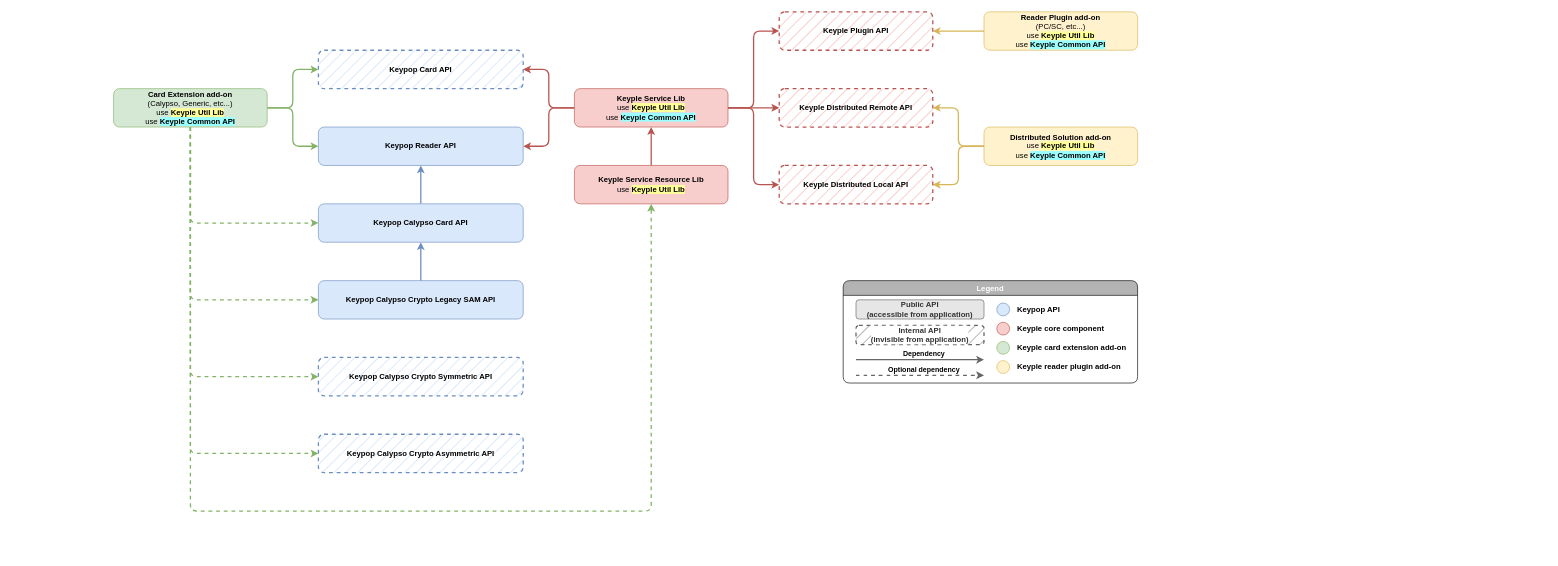
Earlier version of the draw.io diagram static/media/learn/developer-guide/component-dependencies/component_dependencies_overview.drawio (eclipse-keyple/keyple-website). Source tidied: cells renumbered, new cells numbered last; positions are measured from the earlier drawing's top-left corner, leaving out a move shared by most shapes. Both pictures are drawn from the tidied source at 64%, with x=0, y=0 at pixel (113, 12).
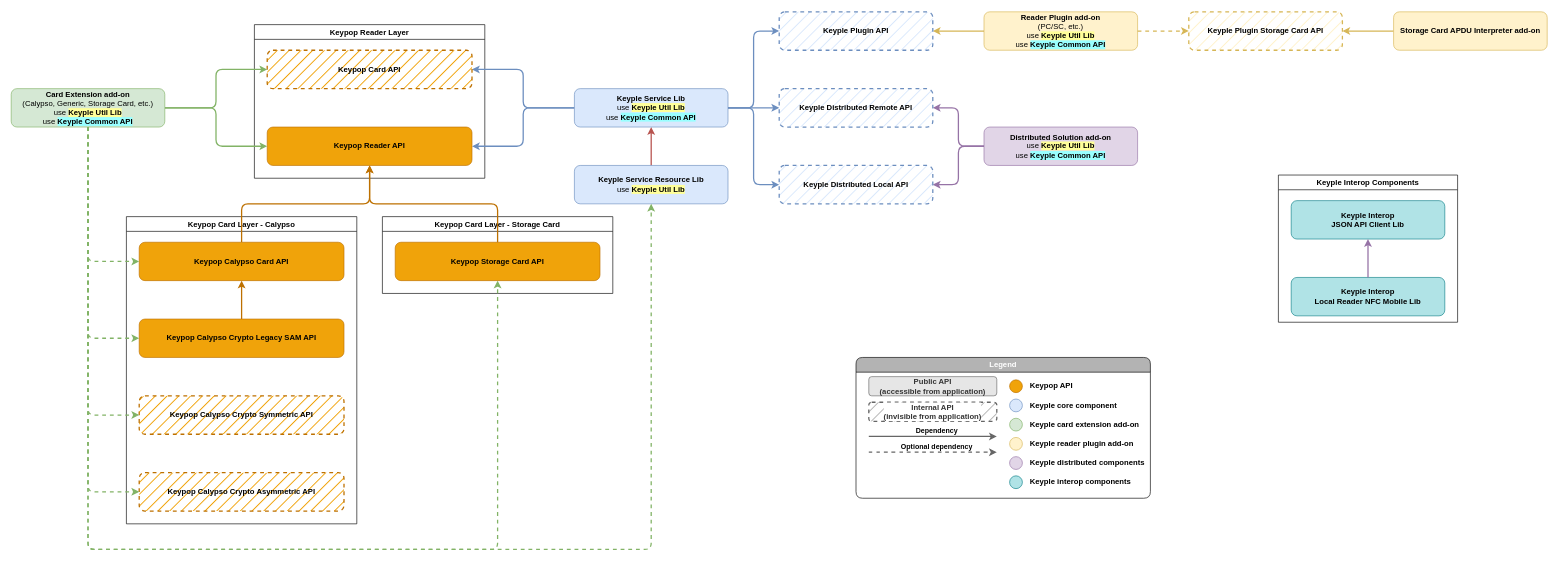
The same page after the edit.

Commit message (it also covers changes not shown here):
docs: update interop pages (#264)

The edit, as a diff of the source:
```diff
@@
+    <mxCell id="49" value="Keypop Reader Layer" style="swimlane;whiteSpace=wrap;html=1;" parent="1" vertex="1">
+      <mxGeometry x="220" y="20" width="360" height="240" as="geometry" />
+    </mxCell>
+    <mxCell id="50" value="Keypop Card Layer - Calypso" style="swimlane;whiteSpace=wrap;html=1;" parent="1" vertex="1">
+      <mxGeometry x="20" y="320" width="360" height="480" as="geometry" />
+    </mxCell>
-    <mxCell id="2" style="edgeStyle=orthogonalEdgeStyle;curved=1;jettySize=auto;html=1;exitX=0;exitY=0.5;exitDx=0;exitDy=0;entryX=1;entryY=0.5;entryDx=0;entryDy=0;strokeWidth=2;fillColor=#fff2cc;strokeColor=#d6b656;" parent="1" edge="1" source="3" target="15">
+    <mxCell id="2" style="edgeStyle=orthogonalEdgeStyle;jettySize=auto;html=1;exitX=0;exitY=0.5;exitDx=0;exitDy=0;entryX=1;entryY=0.5;entryDx=0;entryDy=0;strokeWidth=2;fillColor=#fff2cc;strokeColor=#d6b656;" parent="1" edge="1" source="3" target="15">
       <mxGeometry relative="1" as="geometry" />
     </mxCell>
-    <mxCell id="3" value="&lt;b&gt;Reader Plugin add-on&lt;/b&gt;&lt;br&gt;(PC/SC, etc...)&lt;br&gt;use&amp;nbsp;&lt;b style=&quot;border-color: var(--border-color); background-color: rgb(255, 255, 153);&quot;&gt;Keyple Util Lib&lt;/b&gt;&lt;br&gt;use &lt;b style=&quot;background-color: rgb(153, 255, 255);&quot;&gt;Keyple Common API&lt;/b&gt;" style="rounded=1;whiteSpace=wrap;html=1;fillColor=#fff2cc;strokeColor=#d6b656;fontStyle=0;" parent="1" vertex="1">
+    <mxCell id="3" value="&lt;b&gt;Reader Plugin add-on&lt;/b&gt;&lt;br&gt;(PC/SC, etc.)&lt;br&gt;use&amp;nbsp;&lt;b style=&quot;border-color: var(--border-color); background-color: rgb(255, 255, 153);&quot;&gt;Keyple Util Lib&lt;/b&gt;&lt;br&gt;use &lt;b style=&quot;background-color: rgb(153, 255, 255);&quot;&gt;Keyple Common API&lt;/b&gt;" style="rounded=1;whiteSpace=wrap;html=1;fillColor=#fff2cc;strokeColor=#d6b656;fontStyle=0;" parent="1" vertex="1">
       <mxGeometry x="1360" width="240" height="60" as="geometry" />
     </mxCell>
@@
-    <mxCell id="5" value="&lt;b&gt;Keyple Service Resource Lib&lt;/b&gt;&lt;br&gt;use&amp;nbsp;&lt;b style=&quot;border-color: var(--border-color); background-color: rgb(255, 255, 153);&quot;&gt;Keyple Util Lib&lt;/b&gt;" style="rounded=1;whiteSpace=wrap;html=1;fillColor=#f8cecc;strokeColor=#b85450;fontStyle=0;" parent="1" vertex="1">
+    <mxCell id="5" value="&lt;b&gt;Keyple Service Resource Lib&lt;/b&gt;&lt;br&gt;use&amp;nbsp;&lt;b style=&quot;border-color: var(--border-color); background-color: rgb(255, 255, 153);&quot;&gt;Keyple Util Lib&lt;/b&gt;" style="rounded=1;whiteSpace=wrap;html=1;fillColor=#dae8fc;strokeColor=#6c8ebf;fontStyle=0;" parent="1" vertex="1">
       <mxGeometry x="720" y="240" width="240" height="60" as="geometry" />
     </mxCell>
-    <mxCell id="6" style="edgeStyle=orthogonalEdgeStyle;jettySize=auto;html=1;exitX=1;exitY=0.5;exitDx=0;exitDy=0;entryX=0;entryY=0.5;entryDx=0;entryDy=0;strokeWidth=2;fillColor=#f8cecc;strokeColor=#b85450;rounded=1;" parent="1" edge="1" source="11" target="15">
+    <mxCell id="6" style="edgeStyle=orthogonalEdgeStyle;jettySize=auto;html=1;exitX=1;exitY=0.5;exitDx=0;exitDy=0;entryX=0;entryY=0.5;entryDx=0;entryDy=0;strokeWidth=2;fillColor=#dae8fc;strokeColor=#6c8ebf;rounded=1;" parent="1" edge="1" source="11" target="15">
       <mxGeometry relative="1" as="geometry" />
     </mxCell>
-    <mxCell id="7" style="edgeStyle=orthogonalEdgeStyle;curved=1;jettySize=auto;html=1;exitX=1;exitY=0.5;exitDx=0;exitDy=0;entryX=0;entryY=0.5;entryDx=0;entryDy=0;strokeWidth=2;fillColor=#f8cecc;strokeColor=#b85450;" parent="1" edge="1" source="11" target="16">
+    <mxCell id="7" style="edgeStyle=orthogonalEdgeStyle;curved=1;jettySize=auto;html=1;exitX=1;exitY=0.5;exitDx=0;exitDy=0;entryX=0;entryY=0.5;entryDx=0;entryDy=0;strokeWidth=2;fillColor=#dae8fc;strokeColor=#6c8ebf;" parent="1" edge="1" source="11" target="16">
       <mxGeometry relative="1" as="geometry" />
     </mxCell>
-    <mxCell id="8" style="edgeStyle=orthogonalEdgeStyle;jettySize=auto;html=1;exitX=1;exitY=0.5;exitDx=0;exitDy=0;entryX=0;entryY=0.5;entryDx=0;entryDy=0;strokeWidth=2;fillColor=#f8cecc;strokeColor=#b85450;rounded=1;" parent="1" edge="1" source="11" target="17">
+    <mxCell id="8" style="edgeStyle=orthogonalEdgeStyle;jettySize=auto;html=1;exitX=1;exitY=0.5;exitDx=0;exitDy=0;entryX=0;entryY=0.5;entryDx=0;entryDy=0;strokeWidth=2;fillColor=#dae8fc;strokeColor=#6c8ebf;rounded=1;" parent="1" edge="1" source="11" target="17">
       <mxGeometry relative="1" as="geometry" />
     </mxCell>
-    <mxCell id="9" style="edgeStyle=orthogonalEdgeStyle;jettySize=auto;html=1;exitX=0;exitY=0.5;exitDx=0;exitDy=0;entryX=1;entryY=0.5;entryDx=0;entryDy=0;strokeWidth=2;fillColor=#f8cecc;strokeColor=#b85450;rounded=1;" parent="1" edge="1" source="11" target="38">
+    <mxCell id="9" style="edgeStyle=orthogonalEdgeStyle;jettySize=auto;html=1;exitX=0;exitY=0.5;exitDx=0;exitDy=0;entryX=1;entryY=0.5;entryDx=0;entryDy=0;strokeWidth=2;fillColor=#dae8fc;strokeColor=#6c8ebf;rounded=1;" parent="1" edge="1" source="11" target="38">
       <mxGeometry relative="1" as="geometry" />
     </mxCell>
-    <mxCell id="10" style="edgeStyle=orthogonalEdgeStyle;jettySize=auto;html=1;exitX=0;exitY=0.5;exitDx=0;exitDy=0;entryX=1;entryY=0.5;entryDx=0;entryDy=0;strokeWidth=2;fillColor=#f8cecc;strokeColor=#b85450;rounded=1;" parent="1" edge="1" source="11" target="37">
+    <mxCell id="10" style="edgeStyle=orthogonalEdgeStyle;jettySize=auto;html=1;exitX=0;exitY=0.5;exitDx=0;exitDy=0;entryX=1;entryY=0.5;entryDx=0;entryDy=0;strokeWidth=2;fillColor=#dae8fc;strokeColor=#6c8ebf;rounded=1;" parent="1" edge="1" source="11" target="37">
       <mxGeometry relative="1" as="geometry" />
     </mxCell>
-    <mxCell id="11" value="&lt;b&gt;Keyple Service Lib&lt;/b&gt;&lt;br&gt;use&amp;nbsp;&lt;b style=&quot;border-color: var(--border-color); background-color: rgb(255, 255, 153);&quot;&gt;Keyple Util Lib&lt;/b&gt;&lt;br&gt;use &lt;b style=&quot;background-color: rgb(153, 255, 255);&quot;&gt;Keyple Common API&lt;/b&gt;" style="rounded=1;whiteSpace=wrap;html=1;fillColor=#f8cecc;strokeColor=#b85450;fontStyle=0;" parent="1" vertex="1">
+    <mxCell id="11" value="&lt;b&gt;Keyple Service Lib&lt;/b&gt;&lt;br&gt;use&amp;nbsp;&lt;b style=&quot;border-color: var(--border-color); background-color: rgb(255, 255, 153);&quot;&gt;Keyple Util Lib&lt;/b&gt;&lt;br&gt;use &lt;b style=&quot;background-color: rgb(153, 255, 255);&quot;&gt;Keyple Common API&lt;/b&gt;" style="rounded=1;whiteSpace=wrap;html=1;fillColor=#dae8fc;strokeColor=#6c8ebf;fontStyle=0;" parent="1" vertex="1">
       <mxGeometry x="720" y="120" width="240" height="60" as="geometry" />
     </mxCell>
-    <mxCell id="12" style="edgeStyle=orthogonalEdgeStyle;jettySize=auto;html=1;exitX=0;exitY=0.5;exitDx=0;exitDy=0;entryX=1;entryY=0.5;entryDx=0;entryDy=0;strokeWidth=2;fillColor=#fff2cc;strokeColor=#d6b656;rounded=1;" parent="1" edge="1" source="14" target="16">
+    <mxCell id="12" style="edgeStyle=orthogonalEdgeStyle;jettySize=auto;html=1;exitX=0;exitY=0.5;exitDx=0;exitDy=0;entryX=1;entryY=0.5;entryDx=0;entryDy=0;strokeWidth=2;fillColor=#e1d5e7;strokeColor=#9673a6;rounded=1;" parent="1" edge="1" source="14" target="16">
       <mxGeometry relative="1" as="geometry" />
     </mxCell>
-    <mxCell id="13" style="edgeStyle=orthogonalEdgeStyle;jettySize=auto;html=1;exitX=0;exitY=0.5;exitDx=0;exitDy=0;entryX=1;entryY=0.5;entryDx=0;entryDy=0;fillColor=#fff2cc;strokeColor=#d6b656;strokeWidth=2;rounded=1;" parent="1" edge="1" source="14" target="17">
+    <mxCell id="13" style="edgeStyle=orthogonalEdgeStyle;jettySize=auto;html=1;exitX=0;exitY=0.5;exitDx=0;exitDy=0;entryX=1;entryY=0.5;entryDx=0;entryDy=0;fillColor=#e1d5e7;strokeColor=#9673a6;strokeWidth=2;rounded=1;" parent="1" edge="1" source="14" target="17">
       <mxGeometry relative="1" as="geometry" />
     </mxCell>
-    <mxCell id="14" value="&lt;b&gt;Distributed Solution add-on&lt;/b&gt;&lt;br&gt;use&amp;nbsp;&lt;b style=&quot;border-color: var(--border-color); background-color: rgb(255, 255, 153);&quot;&gt;Keyple Util Lib&lt;/b&gt;&lt;br&gt;use &lt;b style=&quot;background-color: rgb(153, 255, 255);&quot;&gt;Keyple Common API&lt;/b&gt;" style="rounded=1;whiteSpace=wrap;html=1;fillColor=#fff2cc;strokeColor=#d6b656;fontStyle=0;" parent="1" vertex="1">
+    <mxCell id="14" value="&lt;b&gt;Distributed Solution add-on&lt;/b&gt;&lt;br&gt;use&amp;nbsp;&lt;b style=&quot;border-color: var(--border-color); background-color: rgb(255, 255, 153);&quot;&gt;Keyple Util Lib&lt;/b&gt;&lt;br&gt;use &lt;b style=&quot;background-color: rgb(153, 255, 255);&quot;&gt;Keyple Common API&lt;/b&gt;" style="rounded=1;whiteSpace=wrap;html=1;fillColor=#e1d5e7;strokeColor=#9673a6;fontStyle=0;" parent="1" vertex="1">
       <mxGeometry x="1360" y="180" width="240" height="60" as="geometry" />
     </mxCell>
-    <mxCell id="15" value="Keyple Plugin API" style="rounded=1;whiteSpace=wrap;html=1;fillColor=#f8cecc;strokeColor=#b85450;fontStyle=1;dashed=1;fillStyle=hatch;glass=0;shadow=0;perimeterSpacing=0;strokeWidth=2;" parent="1" vertex="1">
+    <mxCell id="15" value="Keyple Plugin API" style="rounded=1;whiteSpace=wrap;html=1;fillColor=#dae8fc;strokeColor=#6c8ebf;fontStyle=1;dashed=1;fillStyle=hatch;glass=0;shadow=0;perimeterSpacing=0;strokeWidth=2;" parent="1" vertex="1">
       <mxGeometry x="1040" width="240" height="60" as="geometry" />
     </mxCell>
-    <mxCell id="16" value="Keyple Distributed Remote API" style="rounded=1;whiteSpace=wrap;html=1;fillColor=#f8cecc;strokeColor=#b85450;fontStyle=1;dashed=1;strokeWidth=2;fillStyle=hatch;" parent="1" vertex="1">
+    <mxCell id="16" value="Keyple Distributed Remote API" style="rounded=1;whiteSpace=wrap;html=1;fillColor=#dae8fc;strokeColor=#6c8ebf;fontStyle=1;dashed=1;strokeWidth=2;fillStyle=hatch;" parent="1" vertex="1">
       <mxGeometry x="1040" y="120" width="240" height="60" as="geometry" />
     </mxCell>
-    <mxCell id="17" value="Keyple Distributed Local API" style="rounded=1;whiteSpace=wrap;html=1;fillColor=#f8cecc;strokeColor=#b85450;fontStyle=1;dashed=1;strokeWidth=2;fillStyle=hatch;" parent="1" vertex="1">
+    <mxCell id="17" value="Keyple Distributed Local API" style="rounded=1;whiteSpace=wrap;html=1;fillColor=#dae8fc;strokeColor=#6c8ebf;fontStyle=1;dashed=1;strokeWidth=2;fillStyle=hatch;" parent="1" vertex="1">
       <mxGeometry x="1040" y="240" width="240" height="60" as="geometry" />
     </mxCell>
     <mxCell id="18" value="Legend" style="swimlane;whiteSpace=wrap;html=1;shadow=0;glass=0;labelBackgroundColor=#B3B3B3;fillStyle=auto;strokeWidth=1;fillColor=#B3B3B3;gradientColor=none;rounded=1;swimlaneFillColor=none;swimlaneLine=1;fontColor=#FFFFFF;" parent="1" vertex="1">
-      <mxGeometry x="1140" y="420" width="460" height="160" as="geometry" />
+      <mxGeometry x="1160" y="540" width="460" height="220" as="geometry" />
     </mxCell>
@@
-    <mxCell id="23" style="ellipse;whiteSpace=wrap;html=1;fillColor=#dae8fc;strokeColor=#6c8ebf;strokeWidth=1;" parent="18" vertex="1">
+    <mxCell id="23" style="ellipse;whiteSpace=wrap;html=1;fillColor=#f0a30a;strokeColor=#BD7000;strokeWidth=1;fontColor=#000000;" parent="18" vertex="1">
       <mxGeometry x="240" y="35" width="20" height="20" as="geometry" />
     </mxCell>
@@
-    <mxCell id="25" style="ellipse;whiteSpace=wrap;html=1;fillColor=#f8cecc;strokeColor=#b85450;strokeWidth=1;" parent="18" vertex="1">
+    <mxCell id="25" style="ellipse;whiteSpace=wrap;html=1;fillColor=#dae8fc;strokeColor=#6c8ebf;strokeWidth=1;" parent="18" vertex="1">
       <mxGeometry x="240" y="65" width="20" height="20" as="geometry" />
     </mxCell>
@@
+    <mxCell id="51" style="ellipse;whiteSpace=wrap;html=1;fillColor=#e1d5e7;strokeColor=#9673a6;strokeWidth=1;" parent="18" vertex="1">
+      <mxGeometry x="240" y="155" width="20" height="20" as="geometry" />
+    </mxCell>
+    <mxCell id="52" value="Keyple distributed components" style="text;html=1;strokeColor=none;fillColor=none;align=left;verticalAlign=middle;whiteSpace=wrap;rounded=0;strokeWidth=1;fontStyle=1;" parent="18" vertex="1">
+      <mxGeometry x="270" y="150" width="190" height="30" as="geometry" />
+    </mxCell>
+    <mxCell id="53" style="ellipse;whiteSpace=wrap;html=1;fillColor=#b0e3e6;strokeColor=#0e8088;strokeWidth=1;" parent="18" vertex="1">
+      <mxGeometry x="240" y="185" width="20" height="20" as="geometry" />
+    </mxCell>
+    <mxCell id="54" value="Keyple interop components" style="text;html=1;strokeColor=none;fillColor=none;align=left;verticalAlign=middle;whiteSpace=wrap;rounded=0;strokeWidth=1;fontStyle=1;" parent="18" vertex="1">
+      <mxGeometry x="270" y="180" width="180" height="30" as="geometry" />
+    </mxCell>
-    <mxCell id="33" style="edgeStyle=orthogonalEdgeStyle;curved=1;jettySize=auto;html=1;exitX=0.5;exitY=0;exitDx=0;exitDy=0;entryX=0.5;entryY=1;entryDx=0;entryDy=0;strokeWidth=2;fillColor=#dae8fc;strokeColor=#6c8ebf;" parent="1" edge="1" source="34" target="36">
+    <mxCell id="33" style="edgeStyle=orthogonalEdgeStyle;curved=1;jettySize=auto;html=1;exitX=0.5;exitY=0;exitDx=0;exitDy=0;entryX=0.5;entryY=1;entryDx=0;entryDy=0;strokeWidth=2;fillColor=#f0a30a;strokeColor=#BD7000;" parent="1" edge="1" source="34" target="36">
       <mxGeometry relative="1" as="geometry" />
     </mxCell>
-    <mxCell id="34" value="Keypop Calypso Crypto Legacy SAM API" style="rounded=1;whiteSpace=wrap;html=1;fillColor=#dae8fc;strokeColor=#6c8ebf;fontStyle=1;" parent="1" vertex="1">
-      <mxGeometry x="320" y="420" width="320" height="60" as="geometry" />
+    <mxCell id="34" value="Keypop Calypso Crypto Legacy SAM API" style="rounded=1;whiteSpace=wrap;html=1;fillColor=#f0a30a;strokeColor=#BD7000;fontStyle=1;fontColor=#000000;" parent="1" vertex="1">
+      <mxGeometry x="40" y="480" width="320" height="60" as="geometry" />
     </mxCell>
-    <mxCell id="35" style="edgeStyle=orthogonalEdgeStyle;curved=1;jettySize=auto;html=1;exitX=0.5;exitY=0;exitDx=0;exitDy=0;entryX=0.5;entryY=1;entryDx=0;entryDy=0;strokeWidth=2;fillColor=#dae8fc;strokeColor=#6c8ebf;" parent="1" edge="1" source="36" target="37">
+    <mxCell id="35" style="edgeStyle=orthogonalEdgeStyle;jettySize=auto;html=1;exitX=0.5;exitY=0;exitDx=0;exitDy=0;entryX=0.5;entryY=1;entryDx=0;entryDy=0;strokeWidth=2;fillColor=#f0a30a;strokeColor=#BD7000;" parent="1" edge="1" source="36" target="37">
       <mxGeometry relative="1" as="geometry" />
     </mxCell>
-    <mxCell id="36" value="Keypop Calypso Card API" style="rounded=1;whiteSpace=wrap;html=1;fillColor=#dae8fc;strokeColor=#6c8ebf;fontStyle=1;" parent="1" vertex="1">
-      <mxGeometry x="320" y="300" width="320" height="60" as="geometry" />
+    <mxCell id="36" value="Keypop Calypso Card API" style="rounded=1;whiteSpace=wrap;html=1;fillColor=#f0a30a;strokeColor=#BD7000;fontStyle=1;fontColor=#000000;" parent="1" vertex="1">
+      <mxGeometry x="40" y="360" width="320" height="60" as="geometry" />
     </mxCell>
-    <mxCell id="37" value="Keypop Reader API" style="rounded=1;whiteSpace=wrap;html=1;fillColor=#dae8fc;strokeColor=#6c8ebf;fontStyle=1;" parent="1" vertex="1">
-      <mxGeometry x="320" y="180" width="320" height="60" as="geometry" />
+    <mxCell id="37" value="Keypop Reader API" style="rounded=1;whiteSpace=wrap;html=1;fillColor=#f0a30a;strokeColor=#BD7000;fontStyle=1;fontColor=#000000;" parent="1" vertex="1">
+      <mxGeometry x="240" y="180" width="320" height="60" as="geometry" />
     </mxCell>
-    <mxCell id="38" value="Keypop Card API" style="rounded=1;whiteSpace=wrap;html=1;fillColor=#dae8fc;strokeColor=#6c8ebf;fontStyle=1;dashed=1;fillStyle=hatch;gradientColor=none;strokeWidth=2;" parent="1" vertex="1">
-      <mxGeometry x="320" y="60" width="320" height="60" as="geometry" />
+    <mxCell id="38" value="Keypop Card API" style="rounded=1;whiteSpace=wrap;html=1;fillColor=#f0a30a;strokeColor=#BD7000;fontStyle=1;dashed=1;fillStyle=hatch;strokeWidth=2;fontColor=#000000;" parent="1" vertex="1">
+      <mxGeometry x="240" y="60" width="320" height="60" as="geometry" />
     </mxCell>
@@
     <mxCell id="43" style="edgeStyle=orthogonalEdgeStyle;jettySize=auto;html=1;exitX=0.5;exitY=1;exitDx=0;exitDy=0;entryX=0.5;entryY=1;entryDx=0;entryDy=0;dashed=1;strokeWidth=2;fillColor=#d5e8d4;strokeColor=#82b366;rounded=1;" parent="1" edge="1" source="44" target="5">
       <mxGeometry relative="1" as="geometry">
         <Array as="points">
-          <mxPoint x="120" y="780" />
-          <mxPoint x="840" y="780" />
+          <mxPoint x="-40" y="840" />
+          <mxPoint x="840" y="840" />
         </Array>
       </mxGeometry>
     </mxCell>
-    <mxCell id="44" value="&lt;b&gt;Card Extension add-on&lt;/b&gt;&lt;br&gt;(Calypso, Generic, etc...)&lt;br&gt;use &lt;b style=&quot;background-color: rgb(255, 255, 153);&quot;&gt;Keyple Util Lib&lt;/b&gt;&lt;br&gt;use &lt;span style=&quot;background-color: rgb(153, 255, 255);&quot;&gt;&lt;b&gt;Keyple Common API&lt;/b&gt;&lt;/span&gt;" style="rounded=1;whiteSpace=wrap;html=1;fillColor=#d5e8d4;strokeColor=#82b366;fontStyle=0;" parent="1" vertex="1">
-      <mxGeometry y="120" width="240" height="60" as="geometry" />
+    <mxCell id="44" value="&lt;b&gt;Card Extension add-on&lt;/b&gt;&lt;br&gt;(Calypso, Generic, Storage Card, etc.)&lt;br&gt;use &lt;b style=&quot;background-color: rgb(255, 255, 153);&quot;&gt;Keyple Util Lib&lt;/b&gt;&lt;br&gt;use &lt;span style=&quot;background-color: rgb(153, 255, 255);&quot;&gt;&lt;b&gt;Keyple Common API&lt;/b&gt;&lt;/span&gt;" style="rounded=1;whiteSpace=wrap;html=1;fillColor=#d5e8d4;strokeColor=#82b366;fontStyle=0;" parent="1" vertex="1">
+      <mxGeometry x="-160" y="120" width="240" height="60" as="geometry" />
     </mxCell>
-    <mxCell id="45" value="Keypop Calypso Crypto Symmetric API" style="rounded=1;whiteSpace=wrap;html=1;fillColor=#dae8fc;strokeColor=#6c8ebf;fontStyle=1;dashed=1;fillStyle=hatch;gradientColor=none;strokeWidth=2;" parent="1" vertex="1">
-      <mxGeometry x="320" y="540" width="320" height="60" as="geometry" />
+    <mxCell id="45" value="Keypop Calypso Crypto Symmetric API" style="rounded=1;whiteSpace=wrap;html=1;fillColor=#f0a30a;strokeColor=#BD7000;fontStyle=1;dashed=1;fillStyle=hatch;strokeWidth=2;fontColor=#000000;" parent="1" vertex="1">
+      <mxGeometry x="40" y="600" width="320" height="60" as="geometry" />
     </mxCell>
-    <mxCell id="46" value="Keypop Calypso Crypto Asymmetric API" style="rounded=1;whiteSpace=wrap;html=1;fillColor=#dae8fc;strokeColor=#6c8ebf;fontStyle=1;dashed=1;fillStyle=hatch;gradientColor=none;strokeWidth=2;" parent="1" vertex="1">
-      <mxGeometry x="320" y="660" width="320" height="60" as="geometry" />
+    <mxCell id="46" value="Keypop Calypso Crypto Asymmetric API" style="rounded=1;whiteSpace=wrap;html=1;fillColor=#f0a30a;strokeColor=#BD7000;fontStyle=1;dashed=1;fillStyle=hatch;strokeWidth=2;fontColor=#000000;" parent="1" vertex="1">
+      <mxGeometry x="40" y="720" width="320" height="60" as="geometry" />
     </mxCell>
@@
+    <mxCell id="55" value="Keyple Plugin Storage Card API" style="rounded=1;whiteSpace=wrap;html=1;fillColor=#fff2cc;strokeColor=#d6b656;fontStyle=1;dashed=1;fillStyle=hatch;glass=0;shadow=0;perimeterSpacing=0;strokeWidth=2;" parent="1" vertex="1">
+      <mxGeometry x="1680" width="240" height="60" as="geometry" />
+    </mxCell>
+    <mxCell id="56" style="edgeStyle=orthogonalEdgeStyle;rounded=0;jettySize=auto;html=1;entryX=1;entryY=0.5;entryDx=0;entryDy=0;strokeWidth=2;exitX=0;exitY=0.5;exitDx=0;exitDy=0;fillColor=#fff2cc;strokeColor=#d6b656;" parent="1" edge="1" source="57" target="55">
+      <mxGeometry relative="1" as="geometry" />
+    </mxCell>
+    <mxCell id="57" value="&lt;b&gt;Storage Card APDU Interpreter add-on&lt;br&gt;&lt;/b&gt;" style="rounded=1;whiteSpace=wrap;html=1;fillColor=#fff2cc;strokeColor=#d6b656;fontStyle=0;" parent="1" vertex="1">
+      <mxGeometry x="2000" width="240" height="60" as="geometry" />
+    </mxCell>
+    <mxCell id="58" style="edgeStyle=orthogonalEdgeStyle;jettySize=auto;html=1;exitX=1;exitY=0.5;exitDx=0;exitDy=0;entryX=0;entryY=0.5;entryDx=0;entryDy=0;strokeWidth=2;fillColor=#fff2cc;strokeColor=#d6b656;dashed=1;" parent="1" edge="1" source="3" target="55">
+      <mxGeometry relative="1" as="geometry" />
+    </mxCell>
+    <mxCell id="59" value="Keyple Interop Components" style="swimlane;whiteSpace=wrap;html=1;" parent="1" vertex="1">
+      <mxGeometry x="1820" y="255" width="280" height="230" as="geometry" />
+    </mxCell>
+    <mxCell id="60" value="&lt;b&gt;Keyple Interop&lt;br&gt;JSON API Client Lib&lt;/b&gt;" style="rounded=1;whiteSpace=wrap;html=1;fillColor=#b0e3e6;strokeColor=#0e8088;fontStyle=0;" parent="59" vertex="1">
+      <mxGeometry x="20" y="40" width="240" height="60" as="geometry" />
+    </mxCell>
+    <mxCell id="61" value="&lt;b&gt;Keyple Interop&lt;br&gt;Local Reader NFC Mobile Lib&lt;/b&gt;" style="rounded=1;whiteSpace=wrap;html=1;fillColor=#b0e3e6;strokeColor=#0e8088;fontStyle=0;" parent="59" vertex="1">
+      <mxGeometry x="20" y="160" width="240" height="60" as="geometry" />
+    </mxCell>
+    <mxCell id="62" style="edgeStyle=orthogonalEdgeStyle;rounded=0;jettySize=auto;html=1;entryX=0.5;entryY=1;entryDx=0;entryDy=0;fillColor=#e1d5e7;strokeColor=#9673a6;strokeWidth=2;" parent="59" edge="1" source="61" target="60">
+      <mxGeometry relative="1" as="geometry" />
+    </mxCell>
+    <mxCell id="63" value="Keypop Card Layer - Storage Card" style="swimlane;whiteSpace=wrap;html=1;" parent="1" vertex="1">
+      <mxGeometry x="420" y="320" width="360" height="120" as="geometry" />
+    </mxCell>
+    <mxCell id="64" value="Keypop Storage Card API" style="rounded=1;whiteSpace=wrap;html=1;fillColor=#f0a30a;strokeColor=#BD7000;fontStyle=1;fontColor=#000000;" parent="63" vertex="1">
+      <mxGeometry x="20" y="40" width="320" height="60" as="geometry" />
+    </mxCell>
+    <mxCell id="65" style="edgeStyle=orthogonalEdgeStyle;jettySize=auto;html=1;exitX=0.5;exitY=0;exitDx=0;exitDy=0;entryX=0.5;entryY=1;entryDx=0;entryDy=0;strokeWidth=2;fillColor=#f0a30a;strokeColor=#BD7000;" parent="1" edge="1" source="64" target="37">
+      <mxGeometry relative="1" as="geometry" />
+    </mxCell>
+    <mxCell id="66" style="edgeStyle=orthogonalEdgeStyle;jettySize=auto;html=1;exitX=0.5;exitY=1;exitDx=0;exitDy=0;entryX=0.5;entryY=1;entryDx=0;entryDy=0;strokeWidth=2;fillColor=#d5e8d4;strokeColor=#82b366;dashed=1;rounded=1;" parent="1" edge="1" source="44" target="64">
+      <mxGeometry relative="1" as="geometry">
+        <Array as="points">
+          <mxPoint x="-40" y="840" />
+          <mxPoint x="600" y="840" />
+        </Array>
+      </mxGeometry>
+    </mxCell>
```
